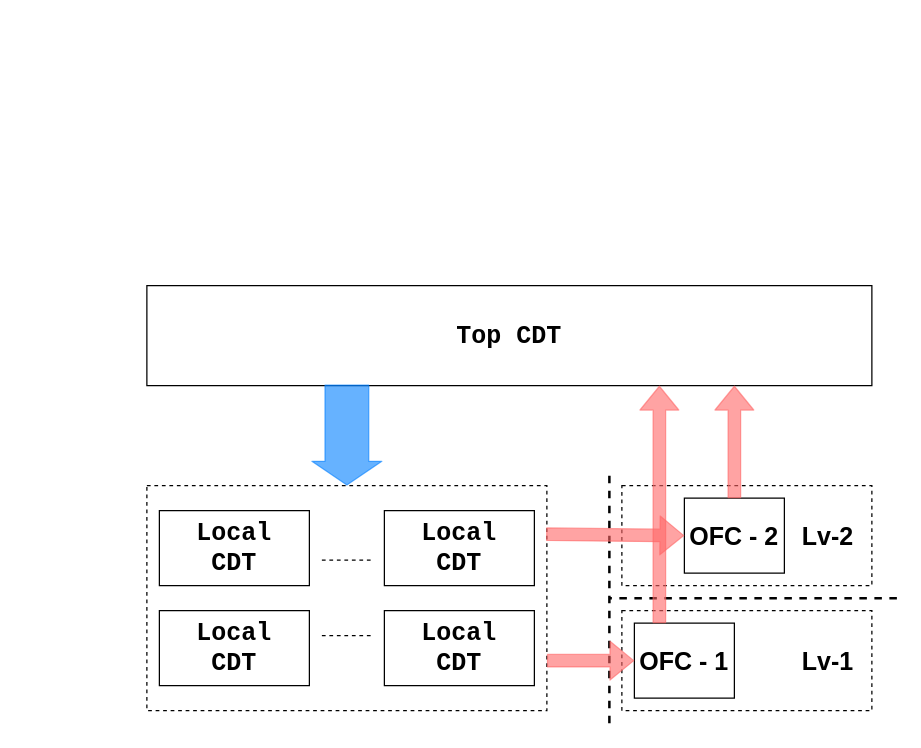
This is DAQ_Trigger_System_View_Diagram.drawio from bai-ytluo/Chicago_Electronics, a draw.io file, before an edit. Source tidied: cells renumbered, new cells numbered last; positions are measured from the earlier drawing's top-left corner, leaving out a move shared by most shapes. Both pictures are drawn from the tidied source at 125%, with x=0, y=0 at pixel (146, 285).
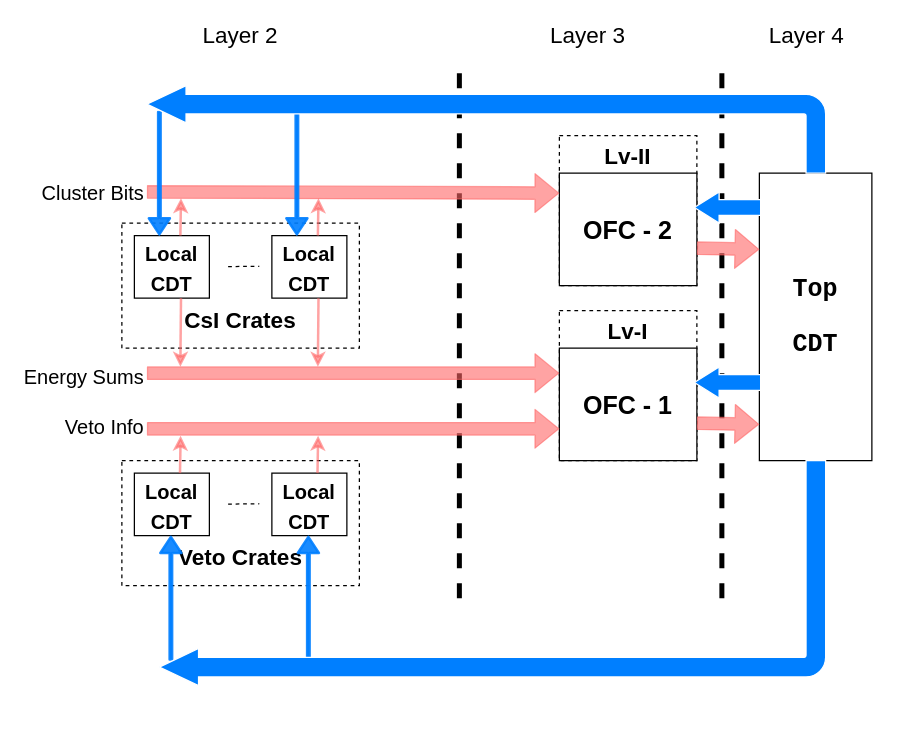
Above is the later version.

What changed in the source:
```diff
@@
-    <mxCell id="2" style="rounded=0;whiteSpace=wrap;html=1;fillColor=none;dashed=1;fontStyle=1;" parent="1" vertex="1">
-      <mxGeometry x="380" y="260" width="200" height="80" as="geometry" />
-    </mxCell>
-    <mxCell id="3" style="rounded=0;whiteSpace=wrap;html=1;fillColor=none;dashed=1;fontStyle=1;" parent="1" vertex="1">
-      <mxGeometry x="380" y="160" width="200" height="80" as="geometry" />
-    </mxCell>
+    <mxCell id="24" value="&lt;br&gt;&lt;br&gt;&lt;br&gt;&lt;br&gt;&lt;font style=&quot;font-size: 18px&quot;&gt;CsI Crates&lt;/font&gt;" style="rounded=0;whiteSpace=wrap;html=1;fillColor=none;dashed=1;fontStyle=1;" parent="1" vertex="1">
+      <mxGeometry x="-20" y="-50" width="190" height="100" as="geometry" />
+    </mxCell>
+    <mxCell id="25" value="&lt;font style=&quot;font-size: 18px&quot;&gt;Lv-II&lt;br&gt;&lt;br&gt;&lt;br&gt;&lt;br&gt;&lt;br&gt;&lt;/font&gt;" style="rounded=0;whiteSpace=wrap;html=1;fillColor=none;dashed=1;fontStyle=1;align=center;" parent="1" vertex="1">
+      <mxGeometry x="330" y="-120" width="110" height="120" as="geometry" />
+    </mxCell>
+    <mxCell id="5" value="&lt;pre style=&quot;font-size: 20px&quot;&gt;Top&lt;/pre&gt;&lt;pre style=&quot;font-size: 20px&quot;&gt;CDT&lt;/pre&gt;" style="rounded=0;whiteSpace=wrap;html=1;fontStyle=1;" parent="1" vertex="1">
+      <mxGeometry x="490" y="-90" width="90" height="230" as="geometry" />
+    </mxCell>
+    <mxCell id="26" style="endArrow=none;dashed=1;html=1;strokeWidth=4;fontStyle=1;" parent="1" edge="1">
+      <mxGeometry relative="1" as="geometry">
+        <mxPoint x="460" y="250" as="sourcePoint" />
+        <mxPoint x="460" y="-180" as="targetPoint" />
+      </mxGeometry>
+    </mxCell>
+    <mxCell id="27" value="Layer 4" style="text;html=1;strokeColor=none;fillColor=none;align=center;verticalAlign=middle;whiteSpace=wrap;rounded=0;fontSize=18;" parent="1" vertex="1">
+      <mxGeometry x="493" y="-210" width="70" height="20" as="geometry" />
+    </mxCell>
+    <mxCell id="15" value="&lt;p style=&quot;font-size: 20px&quot;&gt;OFC - 2&lt;/p&gt;" style="rounded=0;whiteSpace=wrap;html=1;fontStyle=1;" parent="1" vertex="1">
+      <mxGeometry x="330" y="-90" width="110" height="90" as="geometry" />
+    </mxCell>
+    <mxCell id="28" value="Layer 3" style="text;html=1;strokeColor=none;fillColor=none;align=center;verticalAlign=middle;whiteSpace=wrap;rounded=0;fontSize=18;" parent="1" vertex="1">
+      <mxGeometry x="318" y="-210" width="70" height="20" as="geometry" />
+    </mxCell>
+    <mxCell id="29" style="endArrow=none;dashed=1;html=1;strokeWidth=4;fontStyle=1;" parent="1" edge="1">
+      <mxGeometry relative="1" as="geometry">
+        <mxPoint x="250" y="250" as="sourcePoint" />
+        <mxPoint x="250" y="-180" as="targetPoint" />
+      </mxGeometry>
+    </mxCell>
+    <mxCell id="30" value="&lt;font style=&quot;font-size: 18px&quot;&gt;Lv-I&lt;br&gt;&lt;br&gt;&lt;br&gt;&lt;br&gt;&lt;br&gt;&lt;/font&gt;" style="rounded=0;whiteSpace=wrap;html=1;fillColor=none;dashed=1;fontStyle=1;align=center;" parent="1" vertex="1">
+      <mxGeometry x="330" y="20" width="110" height="120" as="geometry" />
+    </mxCell>
     <mxCell id="4" value="&lt;p style=&quot;font-size: 20px&quot;&gt;OFC - 1&lt;/p&gt;" style="rounded=0;whiteSpace=wrap;html=1;fontStyle=1;" parent="1" vertex="1">
-      <mxGeometry x="390" y="270" width="80" height="60" as="geometry" />
+      <mxGeometry x="330" y="50" width="110" height="90" as="geometry" />
     </mxCell>
-    <mxCell id="5" value="&lt;pre style=&quot;font-size: 20px&quot;&gt;Top CDT&lt;/pre&gt;" style="rounded=0;whiteSpace=wrap;html=1;fontStyle=1;" parent="1" vertex="1">
-      <mxGeometry width="580" height="80" as="geometry" />
-    </mxCell>
-    <mxCell id="6" style="edgeStyle=orthogonalEdgeStyle;rounded=0;orthogonalLoop=1;jettySize=auto;html=1;exitX=0.5;exitY=1;exitDx=0;exitDy=0;fontStyle=1;" parent="1" edge="1" source="5" target="5">
-      <mxGeometry relative="1" as="geometry" />
-    </mxCell>
-    <mxCell id="7" value="&lt;pre style=&quot;font-size: 20px;&quot;&gt;Local&lt;br style=&quot;font-size: 20px;&quot;&gt;CDT&lt;/pre&gt;" style="rounded=0;whiteSpace=wrap;html=1;fontStyle=1;fontSize=20;" parent="1" vertex="1">
-      <mxGeometry x="10" y="180" width="120" height="60" as="geometry" />
-    </mxCell>
-    <mxCell id="8" value="&lt;pre style=&quot;font-size: 20px;&quot;&gt;Local&lt;br style=&quot;font-size: 20px;&quot;&gt;CDT&lt;/pre&gt;" style="rounded=0;whiteSpace=wrap;html=1;fontStyle=1;fontSize=20;" parent="1" vertex="1">
-      <mxGeometry x="190" y="180" width="120" height="60" as="geometry" />
-    </mxCell>
-    <mxCell id="9" value="&lt;pre style=&quot;font-size: 20px;&quot;&gt;Local&lt;br style=&quot;font-size: 20px;&quot;&gt;CDT&lt;/pre&gt;" style="rounded=0;whiteSpace=wrap;html=1;fontStyle=1;fontSize=20;" parent="1" vertex="1">
-      <mxGeometry x="10" y="260" width="120" height="60" as="geometry" />
-    </mxCell>
-    <mxCell id="10" value="&lt;pre style=&quot;font-size: 20px;&quot;&gt;Local&lt;br style=&quot;font-size: 20px;&quot;&gt;CDT&lt;/pre&gt;" style="rounded=0;whiteSpace=wrap;html=1;fontStyle=1;fontSize=20;" parent="1" vertex="1">
-      <mxGeometry x="190" y="260" width="120" height="60" as="geometry" />
-    </mxCell>
-    <mxCell id="11" style="endArrow=none;dashed=1;html=1;fontStyle=1;fontSize=20;" parent="1" edge="1">
-      <mxGeometry relative="1" as="geometry">
-        <mxPoint x="140" y="280" as="sourcePoint" />
-        <mxPoint x="180" y="280" as="targetPoint" />
-      </mxGeometry>
-    </mxCell>
-    <mxCell id="12" style="endArrow=none;dashed=1;html=1;strokeWidth=2;fontStyle=1;" parent="1" edge="1">
-      <mxGeometry relative="1" as="geometry">
-        <mxPoint x="600" y="250" as="sourcePoint" />
-        <mxPoint x="370" y="250" as="targetPoint" />
-      </mxGeometry>
-    </mxCell>
-    <mxCell id="13" value="&lt;font style=&quot;font-size: 20px&quot;&gt;Lv-1&lt;/font&gt;" style="text;html=1;strokeColor=none;fillColor=none;align=center;verticalAlign=middle;whiteSpace=wrap;rounded=0;fontStyle=1;" parent="1" vertex="1">
-      <mxGeometry x="510" y="280" width="70" height="40" as="geometry" />
-    </mxCell>
-    <mxCell id="14" style="endArrow=none;dashed=1;html=1;fontStyle=1;fontSize=20;" parent="1" edge="1">
-      <mxGeometry relative="1" as="geometry">
-        <mxPoint x="140" y="219.6" as="sourcePoint" />
-        <mxPoint x="180" y="219.6" as="targetPoint" />
-      </mxGeometry>
-    </mxCell>
-    <mxCell id="15" value="&lt;p style=&quot;font-size: 20px&quot;&gt;OFC - 2&lt;/p&gt;" style="rounded=0;whiteSpace=wrap;html=1;fontStyle=1;" parent="1" vertex="1">
-      <mxGeometry x="430" y="170" width="80" height="60" as="geometry" />
-    </mxCell>
-    <mxCell id="16" style="endArrow=none;dashed=1;html=1;strokeWidth=2;fontStyle=1;" parent="1" edge="1">
-      <mxGeometry relative="1" as="geometry">
-        <mxPoint x="370" y="350" as="sourcePoint" />
-        <mxPoint x="370" y="150" as="targetPoint" />
-      </mxGeometry>
-    </mxCell>
-    <mxCell id="17" value="&lt;font style=&quot;font-size: 20px&quot;&gt;Lv-2&lt;/font&gt;" style="text;html=1;strokeColor=none;fillColor=none;align=center;verticalAlign=middle;whiteSpace=wrap;rounded=0;fontStyle=1;" parent="1" vertex="1">
-      <mxGeometry x="510" y="180" width="70" height="40" as="geometry" />
-    </mxCell>
-    <mxCell id="18" style="rounded=0;whiteSpace=wrap;html=1;fillColor=none;dashed=1;fontStyle=1;" parent="1" vertex="1">
-      <mxGeometry y="160" width="320" height="180" as="geometry" />
-    </mxCell>
-    <mxCell id="19" style="shape=flexArrow;endArrow=classic;html=1;strokeColor=#FF6666;opacity=60;fillColor=#FF6666;entryX=0;entryY=0.5;entryDx=0;entryDy=0;exitX=0.998;exitY=0.216;exitDx=0;exitDy=0;exitPerimeter=0;" parent="1" edge="1" source="18" target="15">
-      <mxGeometry relative="1" as="geometry" />
-    </mxCell>
-    <mxCell id="20" style="shape=flexArrow;endArrow=classic;html=1;strokeColor=#FF6666;opacity=60;fillColor=#FF6666;entryX=0;entryY=0.5;entryDx=0;entryDy=0;" parent="1" edge="1" target="4">
-      <mxGeometry relative="1" as="geometry">
-        <mxPoint x="320" y="300" as="sourcePoint" />
-      </mxGeometry>
-    </mxCell>
-    <mxCell id="21" style="shape=flexArrow;endArrow=classic;html=1;strokeColor=#FF6666;opacity=60;fillColor=#FF6666;exitX=0.5;exitY=0;exitDx=0;exitDy=0;" parent="1" edge="1" source="15">
-      <mxGeometry relative="1" as="geometry">
-        <mxPoint x="470" y="80" as="targetPoint" />
-      </mxGeometry>
-    </mxCell>
-    <mxCell id="22" style="shape=flexArrow;endArrow=classic;html=1;strokeColor=#FF6666;opacity=60;fillColor=#FF6666;exitX=0.5;exitY=0;exitDx=0;exitDy=0;" parent="1" edge="1">
-      <mxGeometry relative="1" as="geometry">
-        <mxPoint x="410" y="270" as="sourcePoint" />
-        <mxPoint x="410" y="80" as="targetPoint" />
-      </mxGeometry>
-    </mxCell>
-    <mxCell id="23" style="shape=flexArrow;endArrow=classic;html=1;opacity=60;strokeColor=#007FFF;fillColor=#007FFF;width=35;" parent="1" edge="1">
-      <mxGeometry relative="1" as="geometry">
-        <mxPoint x="160" y="79" as="sourcePoint" />
-        <mxPoint x="160" y="160" as="targetPoint" />
-      </mxGeometry>
-    </mxCell>
+    <mxCell id="31" style="endArrow=none;dashed=1;html=1;fontStyle=1;fontSize=20;" parent="1" edge="1">
+      <mxGeometry relative="1" as="geometry">
+        <mxPoint x="65" y="-15.2" as="sourcePoint" />
+        <mxPoint x="90" y="-15.5" as="targetPoint" />
+      </mxGeometry>
+    </mxCell>
+    <mxCell id="32" value="&lt;p&gt;&lt;font style=&quot;font-size: 16px&quot;&gt;Local CDT&lt;/font&gt;&lt;/p&gt;" style="rounded=0;whiteSpace=wrap;html=1;fontStyle=1;fontSize=20;" parent="1" vertex="1">
+      <mxGeometry x="-10" y="-40" width="60" height="50" as="geometry" />
+    </mxCell>
+    <mxCell id="33" value="&lt;p&gt;&lt;font style=&quot;font-size: 16px&quot;&gt;Local CDT&lt;/font&gt;&lt;/p&gt;" style="rounded=0;whiteSpace=wrap;html=1;fontStyle=1;fontSize=20;" parent="1" vertex="1">
+      <mxGeometry x="100" y="-40" width="60" height="50" as="geometry" />
+    </mxCell>
+    <mxCell id="34" value="&lt;br&gt;&lt;br&gt;&lt;br&gt;&lt;br&gt;&lt;font style=&quot;font-size: 18px&quot;&gt;Veto Crates&lt;/font&gt;" style="rounded=0;whiteSpace=wrap;html=1;fillColor=none;dashed=1;fontStyle=1;" parent="1" vertex="1">
+      <mxGeometry x="-20" y="140" width="190" height="100" as="geometry" />
+    </mxCell>
+    <mxCell id="35" style="endArrow=none;dashed=1;html=1;fontStyle=1;fontSize=20;" parent="1" edge="1">
+      <mxGeometry relative="1" as="geometry">
+        <mxPoint x="65" y="174.8" as="sourcePoint" />
+        <mxPoint x="90" y="174.5" as="targetPoint" />
+      </mxGeometry>
+    </mxCell>
+    <mxCell id="36" value="&lt;p&gt;&lt;font style=&quot;font-size: 16px&quot;&gt;Local CDT&lt;/font&gt;&lt;/p&gt;" style="rounded=0;whiteSpace=wrap;html=1;fontStyle=1;fontSize=20;" parent="1" vertex="1">
+      <mxGeometry x="-10" y="150" width="60" height="50" as="geometry" />
+    </mxCell>
+    <mxCell id="37" value="&lt;p&gt;&lt;font style=&quot;font-size: 16px&quot;&gt;Local CDT&lt;/font&gt;&lt;/p&gt;" style="rounded=0;whiteSpace=wrap;html=1;fontStyle=1;fontSize=20;" parent="1" vertex="1">
+      <mxGeometry x="100" y="150" width="60" height="50" as="geometry" />
+    </mxCell>
+    <mxCell id="38" style="shape=flexArrow;endArrow=classic;html=1;strokeColor=#FF6666;opacity=60;fillColor=#FF6666;" parent="1" edge="1">
+      <mxGeometry relative="1" as="geometry">
+        <mxPoint y="114.5" as="sourcePoint" />
+        <mxPoint x="330" y="114.5" as="targetPoint" />
+      </mxGeometry>
+    </mxCell>
+    <mxCell id="39" style="shape=flexArrow;endArrow=classic;html=1;strokeColor=#FF6666;opacity=60;fillColor=#FF6666;" parent="1" edge="1">
+      <mxGeometry relative="1" as="geometry">
+        <mxPoint y="70" as="sourcePoint" />
+        <mxPoint x="330" y="70" as="targetPoint" />
+      </mxGeometry>
+    </mxCell>
+    <mxCell id="40" style="shape=flexArrow;endArrow=classic;html=1;strokeColor=#FF6666;opacity=60;fillColor=#FF6666;" parent="1" edge="1">
+      <mxGeometry relative="1" as="geometry">
+        <mxPoint y="-75" as="sourcePoint" />
+        <mxPoint x="330" y="-74" as="targetPoint" />
+      </mxGeometry>
+    </mxCell>
+    <mxCell id="41" style="endArrow=classic;html=1;strokeColor=#FF6666;fillColor=#FF6666;gradientColor=none;opacity=60;strokeWidth=2;" parent="1" edge="1">
+      <mxGeometry relative="1" as="geometry">
+        <mxPoint x="26.5" y="150" as="sourcePoint" />
+        <mxPoint x="27" y="120" as="targetPoint" />
+      </mxGeometry>
+    </mxCell>
+    <mxCell id="42" style="endArrow=classic;html=1;strokeColor=#FF6666;fillColor=#FF6666;gradientColor=none;opacity=60;strokeWidth=2;" parent="1" edge="1">
+      <mxGeometry relative="1" as="geometry">
+        <mxPoint x="136.5" y="150" as="sourcePoint" />
+        <mxPoint x="137" y="120" as="targetPoint" />
+      </mxGeometry>
+    </mxCell>
+    <mxCell id="43" style="group;" parent="1" vertex="1">
+      <mxGeometry x="26.8" y="-70" width="110.5" height="30" as="geometry" />
+    </mxCell>
+    <mxCell id="44" style="endArrow=classic;html=1;strokeColor=#FF6666;fillColor=#FF6666;gradientColor=none;opacity=60;strokeWidth=2;fontSize=16;" parent="43" edge="1">
+      <mxGeometry relative="1" as="geometry">
+        <mxPoint y="30" as="sourcePoint" />
+        <mxPoint x="0.5" as="targetPoint" />
+      </mxGeometry>
+    </mxCell>
+    <mxCell id="45" style="endArrow=classic;html=1;strokeColor=#FF6666;fillColor=#FF6666;gradientColor=none;opacity=60;strokeWidth=2;" parent="43" edge="1">
+      <mxGeometry relative="1" as="geometry">
+        <mxPoint x="110" y="30" as="sourcePoint" />
+        <mxPoint x="110.5" as="targetPoint" />
+      </mxGeometry>
+    </mxCell>
+    <mxCell id="46" style="group;" parent="1" vertex="1">
+      <mxGeometry x="26.8" y="10" width="110.5" height="55" as="geometry" />
+    </mxCell>
+    <mxCell id="47" style="endArrow=classic;html=1;strokeColor=#FF6666;fillColor=#FF6666;gradientColor=none;opacity=60;strokeWidth=2;fontSize=16;" parent="46" edge="1">
+      <mxGeometry as="geometry">
+        <mxPoint x="0.5" as="sourcePoint" />
+        <mxPoint y="55" as="targetPoint" />
+      </mxGeometry>
+    </mxCell>
+    <mxCell id="48" style="endArrow=classic;html=1;strokeColor=#FF6666;fillColor=#FF6666;gradientColor=none;opacity=60;strokeWidth=2;" parent="46" edge="1">
+      <mxGeometry as="geometry">
+        <mxPoint x="110.5" as="sourcePoint" />
+        <mxPoint x="110" y="55" as="targetPoint" />
+      </mxGeometry>
+    </mxCell>
+    <mxCell id="49" value="Cluster Bits" style="text;html=1;fillColor=none;align=right;verticalAlign=middle;whiteSpace=wrap;rounded=0;fontSize=16;dashed=1;dashPattern=1 4;" parent="1" vertex="1">
+      <mxGeometry x="-100" y="-92" width="100" height="35" as="geometry" />
+    </mxCell>
+    <mxCell id="50" value="Energy Sums" style="text;html=1;fillColor=none;align=right;verticalAlign=middle;whiteSpace=wrap;rounded=0;fontSize=16;dashed=1;dashPattern=1 4;" parent="1" vertex="1">
+      <mxGeometry x="-100" y="55" width="100" height="35" as="geometry" />
+    </mxCell>
+    <mxCell id="51" value="Veto Info" style="text;html=1;fillColor=none;align=right;verticalAlign=middle;whiteSpace=wrap;rounded=0;fontSize=16;dashed=1;dashPattern=1 4;" parent="1" vertex="1">
+      <mxGeometry x="-100" y="95" width="100" height="35" as="geometry" />
+    </mxCell>
+    <mxCell id="52" style="shape=flexArrow;endArrow=classic;html=1;strokeColor=#FF6666;opacity=60;fillColor=#FF6666;" parent="1" edge="1">
+      <mxGeometry relative="1" as="geometry">
+        <mxPoint x="440" y="-30" as="sourcePoint" />
+        <mxPoint x="490" y="-29" as="targetPoint" />
+      </mxGeometry>
+    </mxCell>
+    <mxCell id="53" style="shape=flexArrow;endArrow=classic;html=1;strokeColor=#FF6666;opacity=60;fillColor=#FF6666;" parent="1" edge="1">
+      <mxGeometry relative="1" as="geometry">
+        <mxPoint x="440" y="110" as="sourcePoint" />
+        <mxPoint x="490" y="111" as="targetPoint" />
+      </mxGeometry>
+    </mxCell>
+    <mxCell id="54" style="html=1;shadow=0;dashed=0;align=center;verticalAlign=middle;shape=mxgraph.arrows2.arrow;dy=0.49;dx=19.78;notch=0;strokeColor=#FFFFFF;fillColor=#007FFF;fontSize=18;flipH=1;" parent="1" vertex="1">
+      <mxGeometry x="438" y="-75" width="53" height="25" as="geometry" />
+    </mxCell>
+    <mxCell id="55" style="html=1;shadow=0;dashed=0;align=center;verticalAlign=middle;shape=mxgraph.arrows2.arrow;dy=0.49;dx=19.78;notch=0;strokeColor=#FFFFFF;fillColor=#007FFF;fontSize=18;flipH=1;" parent="1" vertex="1">
+      <mxGeometry x="438" y="65" width="53" height="25" as="geometry" />
+    </mxCell>
+    <mxCell id="56" style="shape=flexArrow;endArrow=classic;html=1;opacity=90;strokeColor=#007FFF;fillColor=#007FFF;width=1;endWidth=12.857142857142858;endSize=3.628571428571429;strokeWidth=2;" parent="1" edge="1">
+      <mxGeometry relative="1" as="geometry">
+        <mxPoint x="10" y="-140" as="sourcePoint" />
+        <mxPoint x="10" y="-40" as="targetPoint" />
+      </mxGeometry>
+    </mxCell>
+    <mxCell id="57" style="shape=flexArrow;endArrow=classic;html=1;opacity=90;strokeColor=#007FFF;fillColor=#007FFF;width=1;endWidth=12.857142857142858;endSize=3.628571428571429;strokeWidth=2;" parent="1" edge="1">
+      <mxGeometry relative="1" as="geometry">
+        <mxPoint x="120" y="-140" as="sourcePoint" />
+        <mxPoint x="120" y="-40" as="targetPoint" />
+      </mxGeometry>
+    </mxCell>
+    <mxCell id="58" style="html=1;shadow=0;dashed=0;align=center;verticalAlign=middle;shape=mxgraph.arrows2.bendArrow;dy=7.83;dx=31.33;notch=0;arrowHead=29.67;rounded=1;fontSize=18;fillColor=#007FFF;flipH=1;strokeColor=#FFFFFF;" parent="1" vertex="1">
+      <mxGeometry y="-160" width="543" height="70" as="geometry" />
+    </mxCell>
+    <mxCell id="59" style="shape=flexArrow;endArrow=classic;html=1;opacity=90;strokeColor=#007FFF;fillColor=#007FFF;width=1;endWidth=12.857142857142858;endSize=3.628571428571429;strokeWidth=2;" parent="1" edge="1">
+      <mxGeometry relative="1" as="geometry">
+        <mxPoint x="19.2" y="300" as="sourcePoint" />
+        <mxPoint x="19.2" y="200" as="targetPoint" />
+      </mxGeometry>
+    </mxCell>
+    <mxCell id="60" style="shape=flexArrow;endArrow=classic;html=1;opacity=90;strokeColor=#007FFF;fillColor=#007FFF;width=1;endWidth=12.857142857142858;endSize=3.628571428571429;strokeWidth=2;" parent="1" edge="1">
+      <mxGeometry relative="1" as="geometry">
+        <mxPoint x="129.2" y="300" as="sourcePoint" />
+        <mxPoint x="129.2" y="200" as="targetPoint" />
+      </mxGeometry>
+    </mxCell>
+    <mxCell id="61" style="html=1;shadow=0;dashed=0;align=center;verticalAlign=middle;shape=mxgraph.arrows2.bendArrow;dy=7.83;dx=31.33;notch=0;arrowHead=29.67;rounded=1;fontSize=18;fillColor=#007FFF;flipH=1;strokeColor=#FFFFFF;direction=east;flipV=1;" parent="1" vertex="1">
+      <mxGeometry x="10" y="140" width="533" height="180" as="geometry" />
+    </mxCell>
+    <mxCell id="62" value="Layer 2" style="text;html=1;strokeColor=none;fillColor=none;align=center;verticalAlign=middle;whiteSpace=wrap;rounded=0;fontSize=18;" parent="1" vertex="1">
+      <mxGeometry x="40" y="-210" width="70" height="20" as="geometry" />
+    </mxCell>
```
